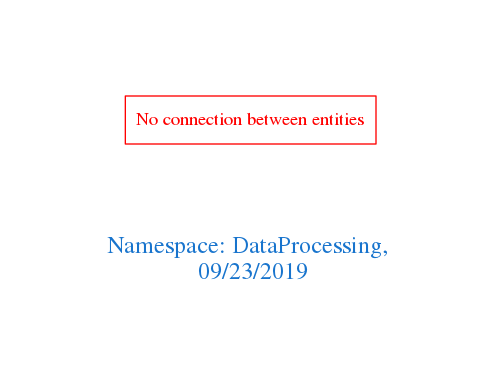
arago/OGIT keeps this Graphviz diagram as downloads/DataProcessing.png. Above is the earlier version. Its source is kept beside it as downloads/DataProcessing.dot.
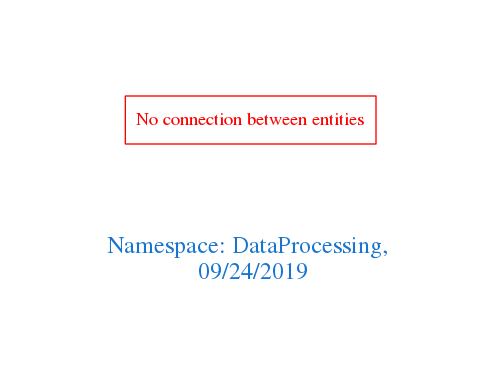
After the change.

Change to the diagram source:
```diff
@@ -1,7 +1,7 @@
 digraph OGIT_ontology {
  graph [ rankdir= LR,pad=1
 fontsize = 18,
-fontcolor= dodgerblue3,label = "\n\n\nNamespace: DataProcessing, \n 09/23/2019"];
+fontcolor= dodgerblue3,label = "\n\n\nNamespace: DataProcessing, \n 09/24/2019"];
 node[shape=polygon];
 edge [  color="gray81"];
 
```
